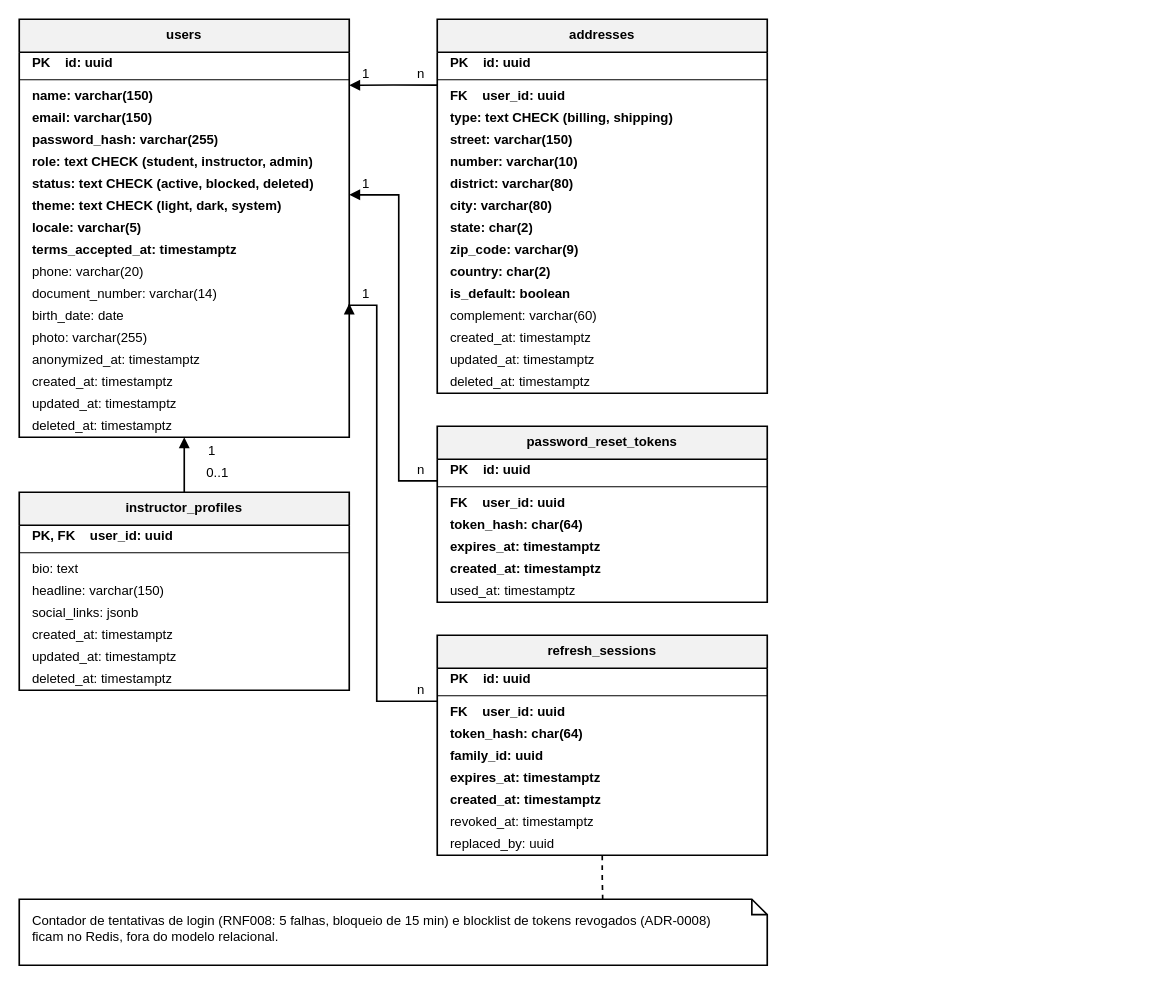
Above: especificacao/diagramas/12-modelo-de-dados-area-a.drawio in Plataforma-de-Cursos-TCC/plataforma-cursos-docs (draw.io), before the change. Source tidied: cells renumbered, new cells numbered last; positions are measured from the earlier drawing's top-left corner, leaving out a move shared by most shapes. Both pictures are drawn from the tidied source at 110%, with x=0, y=0 at pixel (19, 19).
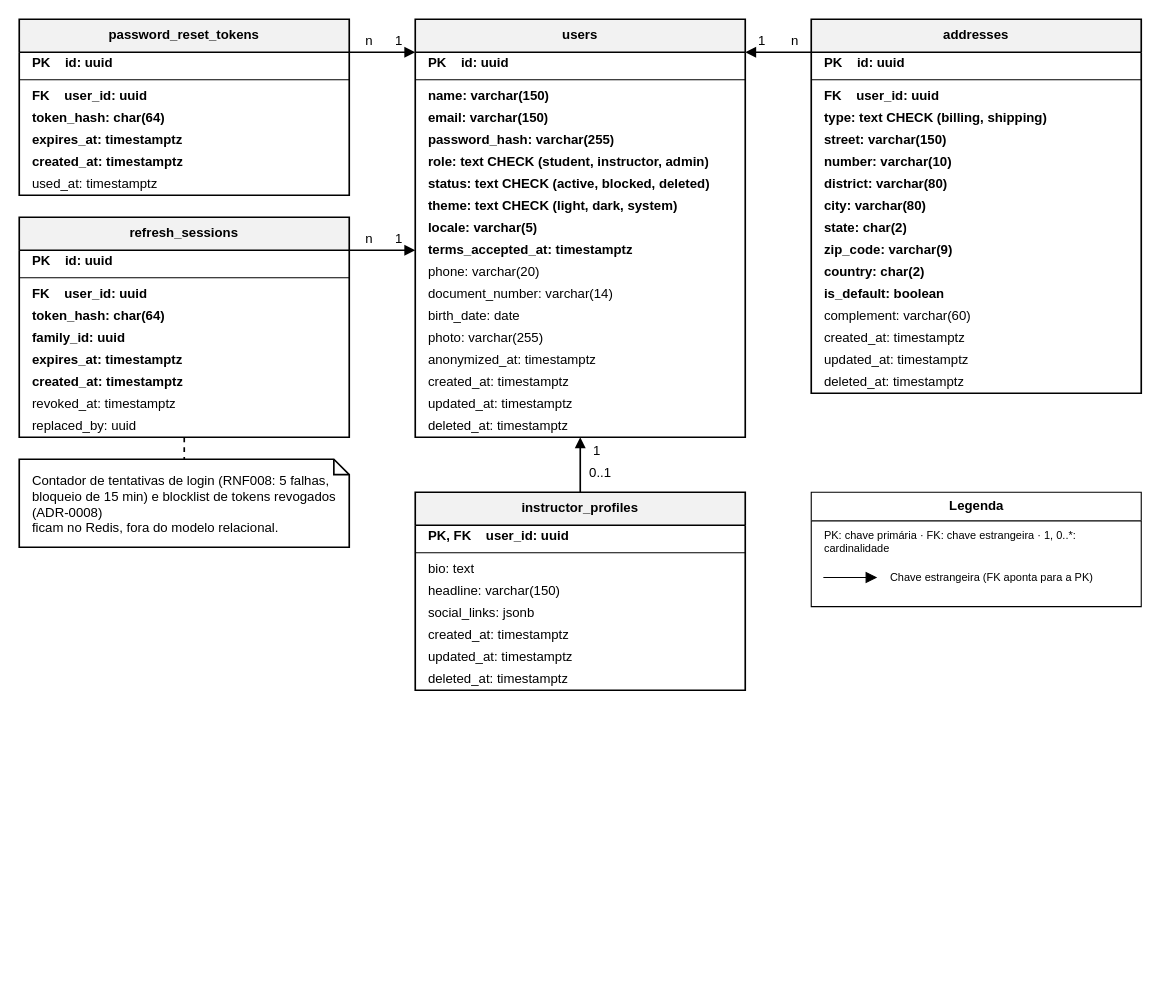
Above is the later version.

Commit message (it also covers changes not shown here):
docs(diagrams): standardize arrows and legend of area A

What changed in the source:
```diff
@@
     <mxCell id="2" value="users" style="swimlane;fontStyle=1;align=center;verticalAlign=top;horizontal=1;startSize=30;whiteSpace=wrap;html=1;fillColor=#F2F2F2;strokeColor=#000000;strokeWidth=1.5;fontFamily=Helvetica;fontSize=12;" parent="1" vertex="1">
-      <mxGeometry width="300" height="380" as="geometry" />
+      <mxGeometry x="360" width="300" height="380" as="geometry" />
     </mxCell>
@@
     <mxCell id="21" value="instructor_profiles" style="swimlane;fontStyle=1;align=center;verticalAlign=top;horizontal=1;startSize=30;whiteSpace=wrap;html=1;fillColor=#F2F2F2;strokeColor=#000000;strokeWidth=1.5;fontFamily=Helvetica;fontSize=12;" parent="1" vertex="1">
-      <mxGeometry y="430" width="300" height="180" as="geometry" />
+      <mxGeometry x="360" y="430" width="300" height="180" as="geometry" />
     </mxCell>
@@
     <mxCell id="30" value="addresses" style="swimlane;fontStyle=1;align=center;verticalAlign=top;horizontal=1;startSize=30;whiteSpace=wrap;html=1;fillColor=#F2F2F2;strokeColor=#000000;strokeWidth=1.5;fontFamily=Helvetica;fontSize=12;" parent="1" vertex="1">
-      <mxGeometry x="380" width="300" height="340" as="geometry" />
+      <mxGeometry x="720" width="300" height="340" as="geometry" />
     </mxCell>
@@
     <mxCell id="47" value="password_reset_tokens" style="swimlane;fontStyle=1;align=center;verticalAlign=top;horizontal=1;startSize=30;whiteSpace=wrap;html=1;fillColor=#F2F2F2;strokeColor=#000000;strokeWidth=1.5;fontFamily=Helvetica;fontSize=12;" parent="1" vertex="1">
-      <mxGeometry x="380" y="370" width="300" height="160" as="geometry" />
+      <mxGeometry width="300" height="160" as="geometry" />
     </mxCell>
@@
     <mxCell id="55" value="refresh_sessions" style="swimlane;fontStyle=1;align=center;verticalAlign=top;horizontal=1;startSize=30;whiteSpace=wrap;html=1;fillColor=#F2F2F2;strokeColor=#000000;strokeWidth=1.5;fontFamily=Helvetica;fontSize=12;" parent="1" vertex="1">
-      <mxGeometry x="380" y="560" width="300" height="200" as="geometry" />
+      <mxGeometry y="180" width="300" height="200" as="geometry" />
     </mxCell>
@@
     <mxCell id="65" value="Contador de tentativas de login (RNF008: 5 falhas, bloqueio de 15 min) e blocklist de tokens revogados (ADR-0008)&lt;br&gt;ficam no Redis, fora do modelo relacional." style="shape=note;whiteSpace=wrap;html=1;size=14;verticalAlign=top;align=left;spacingTop=6;spacingLeft=10;spacingRight=10;spacingBottom=6;fillColor=#FFFFFF;strokeColor=#000000;strokeWidth=1.5;fontFamily=Helvetica;fontSize=12;" parent="1" vertex="1">
-      <mxGeometry y="800" width="680" height="60" as="geometry" />
+      <mxGeometry y="400" width="300" height="80" as="geometry" />
     </mxCell>
-    <mxCell id="66" style="edgeStyle=orthogonalEdgeStyle;rounded=0;jettySize=auto;html=1;strokeColor=#000000;strokeWidth=1.5;endArrow=block;endFill=1;exitX=0;exitY=0.176;entryX=1;entryY=0.158;" parent="1" edge="1" source="30" target="2">
+    <mxCell id="66" style="edgeStyle=orthogonalEdgeStyle;rounded=0;jettySize=auto;html=1;strokeColor=#000000;strokeWidth=1.5;endArrow=block;endFill=1;exitX=0;exitY=0.0882;entryX=1;entryY=0.0789;" parent="1" edge="1" source="30" target="2">
       <mxGeometry relative="1" as="geometry" />
     </mxCell>
     <mxCell id="67" value="n" style="text;html=1;align=center;verticalAlign=middle;strokeColor=none;fillColor=none;fontFamily=Helvetica;fontSize=12;fontColor=#000000;" parent="1" vertex="1">
-      <mxGeometry x="355" y="40" width="20" height="20" as="geometry" />
+      <mxGeometry x="695" y="10" width="20" height="20" as="geometry" />
     </mxCell>
     <mxCell id="68" value="1" style="text;html=1;align=center;verticalAlign=middle;strokeColor=none;fillColor=none;fontFamily=Helvetica;fontSize=12;fontColor=#000000;" parent="1" vertex="1">
-      <mxGeometry x="305" y="40" width="20" height="20" as="geometry" />
+      <mxGeometry x="665" y="10" width="20" height="20" as="geometry" />
     </mxCell>
-    <mxCell id="69" style="edgeStyle=orthogonalEdgeStyle;rounded=0;jettySize=auto;html=1;strokeColor=#000000;strokeWidth=1.5;endArrow=block;endFill=1;exitX=0;exitY=0.31;entryX=1;entryY=0.42;" parent="1" edge="1" source="47" target="2">
-      <mxGeometry relative="1" as="geometry">
-        <Array as="points">
-          <mxPoint x="345" y="420" />
-          <mxPoint x="345" y="160" />
-        </Array>
-      </mxGeometry>
+    <mxCell id="69" style="edgeStyle=orthogonalEdgeStyle;rounded=0;jettySize=auto;html=1;strokeColor=#000000;strokeWidth=1.5;endArrow=block;endFill=1;exitX=1;exitY=0.1875;entryX=0;entryY=0.0789;" parent="1" edge="1" source="47" target="2">
+      <mxGeometry relative="1" as="geometry" />
     </mxCell>
     <mxCell id="70" value="n" style="text;html=1;align=center;verticalAlign=middle;strokeColor=none;fillColor=none;fontFamily=Helvetica;fontSize=12;fontColor=#000000;" parent="1" vertex="1">
-      <mxGeometry x="355" y="400" width="20" height="20" as="geometry" />
+      <mxGeometry x="308" y="10" width="20" height="20" as="geometry" />
     </mxCell>
     <mxCell id="71" value="1" style="text;html=1;align=center;verticalAlign=middle;strokeColor=none;fillColor=none;fontFamily=Helvetica;fontSize=12;fontColor=#000000;" parent="1" vertex="1">
-      <mxGeometry x="305" y="140" width="20" height="20" as="geometry" />
+      <mxGeometry x="335" y="10" width="20" height="20" as="geometry" />
     </mxCell>
-    <mxCell id="72" style="edgeStyle=orthogonalEdgeStyle;rounded=0;jettySize=auto;html=1;strokeColor=#000000;strokeWidth=1.5;endArrow=block;endFill=1;exitX=0;exitY=0.30;entryX=1;entryY=0.68;" parent="1" edge="1" source="55" target="2">
-      <mxGeometry relative="1" as="geometry">
-        <Array as="points">
-          <mxPoint x="325" y="620" />
-          <mxPoint x="325" y="260" />
-        </Array>
-      </mxGeometry>
+    <mxCell id="72" style="edgeStyle=orthogonalEdgeStyle;rounded=0;jettySize=auto;html=1;strokeColor=#000000;strokeWidth=1.5;endArrow=block;endFill=1;exitX=1;exitY=0.15;entryX=0;entryY=0.5526;" parent="1" edge="1" source="55" target="2">
+      <mxGeometry relative="1" as="geometry" />
     </mxCell>
     <mxCell id="73" value="n" style="text;html=1;align=center;verticalAlign=middle;strokeColor=none;fillColor=none;fontFamily=Helvetica;fontSize=12;fontColor=#000000;" parent="1" vertex="1">
-      <mxGeometry x="355" y="600" width="20" height="20" as="geometry" />
+      <mxGeometry x="308" y="190" width="20" height="20" as="geometry" />
     </mxCell>
     <mxCell id="74" value="1" style="text;html=1;align=center;verticalAlign=middle;strokeColor=none;fillColor=none;fontFamily=Helvetica;fontSize=12;fontColor=#000000;" parent="1" vertex="1">
-      <mxGeometry x="305" y="240" width="20" height="20" as="geometry" />
+      <mxGeometry x="335" y="190" width="20" height="20" as="geometry" />
     </mxCell>
@@
     <mxCell id="76" value="0..1" style="text;html=1;align=center;verticalAlign=middle;strokeColor=none;fillColor=none;fontFamily=Helvetica;fontSize=12;fontColor=#000000;" parent="1" vertex="1">
-      <mxGeometry x="165" y="405" width="30" height="15" as="geometry" />
+      <mxGeometry x="515" y="405" width="25" height="15" as="geometry" />
     </mxCell>
     <mxCell id="77" value="1" style="text;html=1;align=center;verticalAlign=middle;strokeColor=none;fillColor=none;fontFamily=Helvetica;fontSize=12;fontColor=#000000;" parent="1" vertex="1">
-      <mxGeometry x="165" y="385" width="20" height="15" as="geometry" />
+      <mxGeometry x="515" y="385" width="20" height="15" as="geometry" />
     </mxCell>
-    <mxCell id="78" style="edgeStyle=orthogonalEdgeStyle;rounded=0;jettySize=auto;html=1;strokeColor=#000000;strokeWidth=1.5;dashed=1;endArrow=none;exitX=0.5;exitY=1;entryX=0.78;entryY=0;" parent="1" edge="1" source="55" target="65">
+    <mxCell id="78" style="edgeStyle=orthogonalEdgeStyle;rounded=0;jettySize=auto;html=1;strokeColor=#000000;strokeWidth=1.5;dashed=1;endArrow=none;exitX=0.5;exitY=1;entryX=0.5;entryY=0;" parent="1" edge="1" source="55" target="65">
       <mxGeometry relative="1" as="geometry" />
     </mxCell>
+    <mxCell id="79" value="Legenda" style="swimlane;html=1;rounded=0;startSize=26;fontStyle=1;fillColor=#FFFFFF;swimlaneFillColor=#FFFFFF;strokeColor=#000000;" parent="1" vertex="1">
+      <mxGeometry x="720" y="430" width="300" height="104" as="geometry" />
+    </mxCell>
+    <mxCell id="80" value="PK: chave primária · FK: chave estrangeira · 1, 0..*: cardinalidade" style="text;html=1;align=left;verticalAlign=middle;fontSize=10;whiteSpace=wrap;" parent="79" vertex="1">
+      <mxGeometry x="10" y="32" width="280" height="26" as="geometry" />
+    </mxCell>
+    <mxCell id="81" style="point;size=1;strokeColor=none;fillColor=none;" parent="79" vertex="1">
+      <mxGeometry x="10" y="77" width="1" height="1" as="geometry" />
+    </mxCell>
+    <mxCell id="82" style="point;size=1;strokeColor=none;fillColor=none;" parent="79" vertex="1">
+      <mxGeometry x="60" y="77" width="1" height="1" as="geometry" />
+    </mxCell>
+    <mxCell id="83" style="edgeStyle=orthogonalEdgeStyle;rounded=0;html=1;strokeColor=#000000;endSize=8;startSize=10;endArrow=block;endFill=1;" parent="79" edge="1" source="81" target="82">
+      <mxGeometry relative="1" as="geometry" />
+    </mxCell>
+    <mxCell id="84" value="Chave estrangeira (FK aponta para a PK)" style="text;html=1;align=left;verticalAlign=middle;fontSize=10;whiteSpace=wrap;" parent="79" vertex="1">
+      <mxGeometry x="70" y="64" width="220" height="26" as="geometry" />
+    </mxCell>
```
